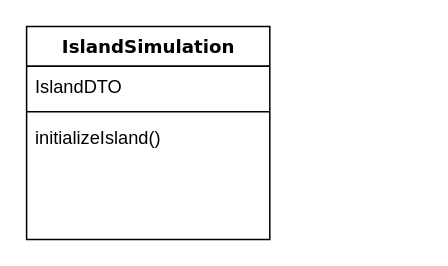
This is page "Services" (2 of 3) of Диаграмма без названия.drawio from Pr1nkos/IslandSimulation, a draw.io file, before an edit. Source tidied: cells renumbered, new cells numbered last; positions are measured from the earlier drawing's top-left corner, leaving out a move shared by most shapes. Both pictures are drawn from the tidied source at 152%, with x=0, y=0 at pixel (26, 26).
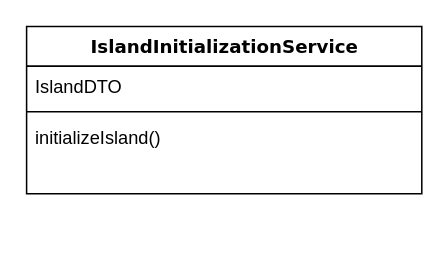
The same diagram, later.

What changed in the source:
```diff
@@
 <mxGraphModel>
   <root>
     <mxCell id="0" />
     <mxCell id="1" parent="0" />
-    <mxCell id="2" value="&lt;div&gt;IslandSimulation&lt;/div&gt;" style="swimlane;html=1;fontStyle=1;align=center;verticalAlign=top;horizontal=1;startSize=26;swimlaneFillColor=#ffffff;rounded=0;shadow=0;comic=0;labelBackgroundColor=none;strokeWidth=1;fillColor=none;fontFamily=Verdana;fontSize=12;" parent="1" vertex="1">
-      <mxGeometry width="160" height="140" as="geometry" />
+    <mxCell id="2" value="&lt;div&gt;IslandInitializationService&lt;/div&gt;" style="swimlane;html=1;fontStyle=1;align=center;verticalAlign=top;horizontal=1;startSize=26;swimlaneFillColor=#ffffff;rounded=0;shadow=0;comic=0;labelBackgroundColor=none;strokeWidth=1;fillColor=none;fontFamily=Verdana;fontSize=12;" parent="1" vertex="1">
+      <mxGeometry width="260" height="110" as="geometry" />
     </mxCell>
     <mxCell id="3" value="IslandDTO" style="text;html=1;strokeColor=none;fillColor=none;align=left;verticalAlign=top;spacingLeft=4;spacingRight=4;whiteSpace=wrap;overflow=hidden;" parent="2" vertex="1">
-      <mxGeometry y="26" width="160" height="26" as="geometry" />
+      <mxGeometry y="26" width="260" height="26" as="geometry" />
     </mxCell>
     <mxCell id="4" style="line;html=1;strokeWidth=1;fillColor=none;align=left;verticalAlign=middle;spacingTop=-1;spacingLeft=3;spacingRight=3;labelPosition=right;" parent="2" vertex="1">
-      <mxGeometry y="52" width="160" height="8" as="geometry" />
+      <mxGeometry y="52" width="260" height="8" as="geometry" />
     </mxCell>
     <mxCell id="5" value="initializeIsland()" style="text;html=1;strokeColor=none;fillColor=none;align=left;verticalAlign=top;spacingLeft=4;spacingRight=4;whiteSpace=wrap;overflow=hidden;" parent="2" vertex="1">
-      <mxGeometry y="60" width="160" height="22" as="geometry" />
+      <mxGeometry y="60" width="260" height="22" as="geometry" />
     </mxCell>
   </root>
 </mxGraphModel>
```
